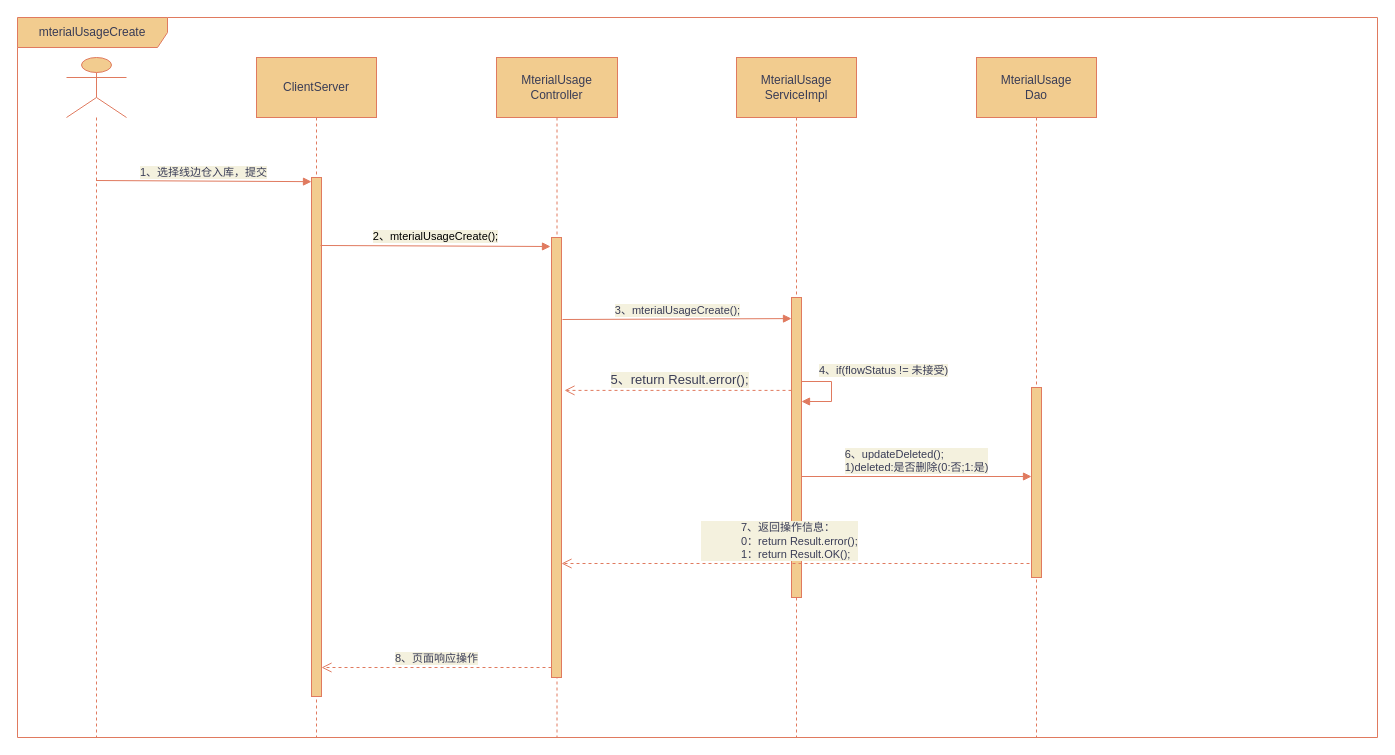
Before: page "线边仓入库" (2 of 3) of 青岛协创.drawio in KNAI-I/test, a draw.io diagram. Source tidied: cells renumbered, new cells numbered last; positions are measured from the earlier drawing's top-left corner, leaving out a move shared by most shapes. Both pictures are drawn from the tidied source at 100%, with x=0, y=0 at pixel (17, 17).
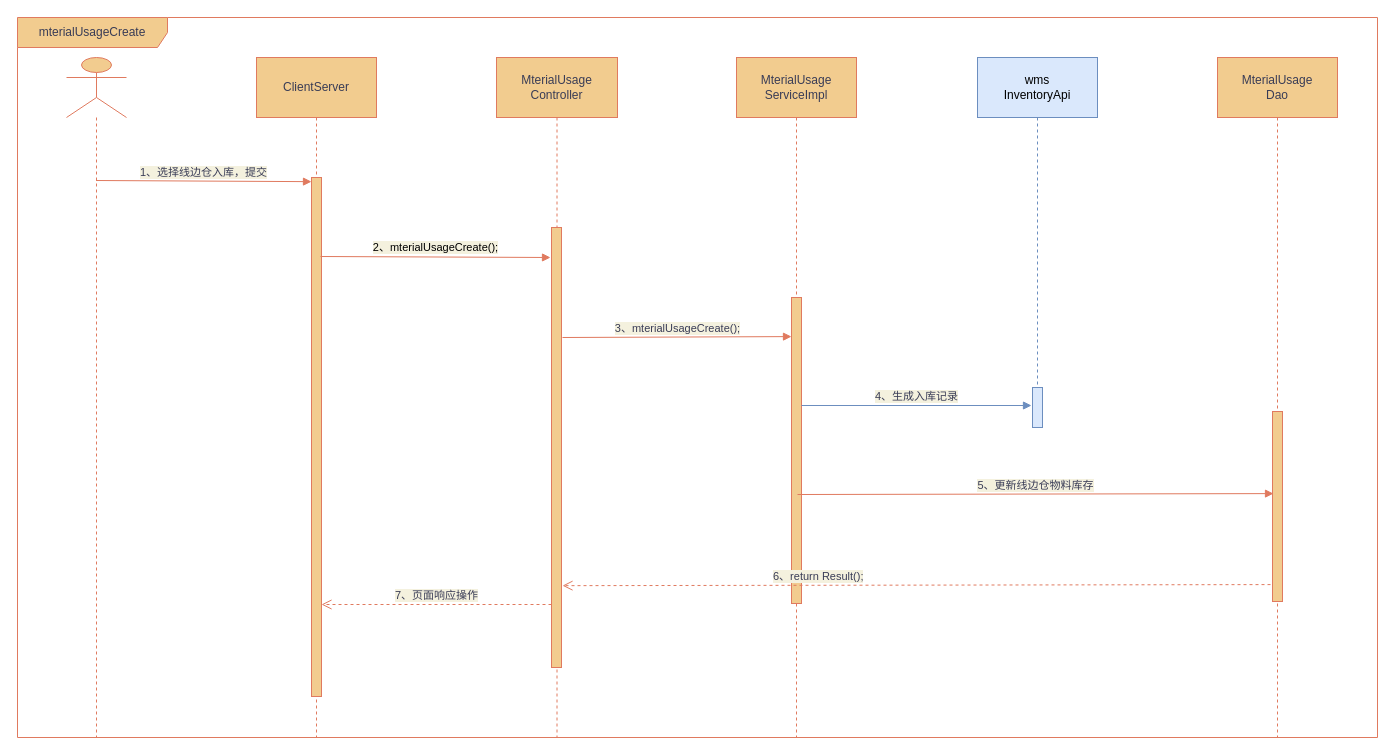
The same page after the edit.

The change refers to these unchanged cells:
```xml
<mxCell id="5" style="html=1;points=[];perimeter=orthogonalPerimeter;fillColor=#F2CC8F;strokeColor=#E07A5F;fontColor=#393C56;" parent="4" vertex="1">
  <mxGeometry x="55" y="120" width="10" height="519" as="geometry" />
</mxCell>
<mxCell id="6" value="MterialUsage&lt;br&gt;ServiceImpl" style="shape=umlLifeline;perimeter=lifelinePerimeter;whiteSpace=wrap;html=1;size=60;fillColor=#F2CC8F;strokeColor=#E07A5F;fontColor=#393C56;" parent="1" vertex="1">
  <mxGeometry x="719" y="40" width="120" height="680" as="geometry" />
</mxCell>
<mxCell id="9" value="MterialUsage&lt;br&gt;Controller" style="shape=umlLifeline;perimeter=lifelinePerimeter;whiteSpace=wrap;html=1;size=60;fillColor=#F2CC8F;strokeColor=#E07A5F;fontColor=#393C56;" parent="1" vertex="1">
  <mxGeometry x="479" y="40" width="121" height="680" as="geometry" />
</mxCell>
```

Change to the diagram source:
```diff
@@
     <mxCell id="7" style="html=1;perimeter=orthogonalPerimeter;fillColor=#F2CC8F;strokeColor=#E07A5F;fontColor=#393C56;" parent="6" vertex="1">
-      <mxGeometry x="55" y="240" width="10" height="300" as="geometry" />
+      <mxGeometry x="55" y="240" width="10" height="306" as="geometry" />
     </mxCell>
-    <mxCell id="8" value="4、if(flowStatus != 未接受)" style="edgeStyle=orthogonalEdgeStyle;html=1;align=left;spacingLeft=2;endArrow=block;rounded=0;entryX=1;entryY=0.111;entryDx=0;entryDy=0;entryPerimeter=0;labelBackgroundColor=#F4F1DE;strokeColor=#E07A5F;fontColor=#393C56;" parent="6" edge="1">
-      <mxGeometry x="-0.62" y="11" relative="1" as="geometry">
-        <mxPoint x="65" y="325" as="sourcePoint" />
-        <mxPoint x="65" y="344" as="targetPoint" />
-        <Array as="points">
-          <mxPoint x="65" y="324" />
-          <mxPoint x="95" y="324" />
-          <mxPoint x="95" y="344" />
-        </Array>
-      </mxGeometry>
-    </mxCell>
@@
     <mxCell id="10" style="html=1;points=[];perimeter=orthogonalPerimeter;fillColor=#F2CC8F;strokeColor=#E07A5F;fontColor=#393C56;" parent="9" vertex="1">
-      <mxGeometry x="55" y="180" width="10" height="440" as="geometry" />
+      <mxGeometry x="55" y="170" width="10" height="440" as="geometry" />
     </mxCell>
@@
-    <mxCell id="12" value="&lt;span style=&quot;color: rgb(0, 0, 0); font-family: Helvetica; font-size: 11px; font-style: normal; font-variant-ligatures: normal; font-variant-caps: normal; font-weight: 400; letter-spacing: normal; orphans: 2; text-align: left; text-indent: 0px; text-transform: none; widows: 2; word-spacing: 0px; -webkit-text-stroke-width: 0px; text-decoration-thickness: initial; text-decoration-style: initial; text-decoration-color: initial; float: none; display: inline !important; background-color: rgb(244, 241, 222);&quot;&gt;2、mterialUsageCreate();&lt;/span&gt;" style="html=1;verticalAlign=bottom;endArrow=block;entryX=0;entryY=0;rounded=0;labelBackgroundColor=#F4F1DE;strokeColor=#E07A5F;fontColor=#393C56;exitX=0.9;exitY=0.131;exitDx=0;exitDy=0;exitPerimeter=0;" parent="1" edge="1" source="5">
+    <mxCell id="12" value="&lt;span style=&quot;color: rgb(0, 0, 0); font-family: Helvetica; font-size: 11px; font-style: normal; font-variant-ligatures: normal; font-variant-caps: normal; font-weight: 400; letter-spacing: normal; orphans: 2; text-align: left; text-indent: 0px; text-transform: none; widows: 2; word-spacing: 0px; -webkit-text-stroke-width: 0px; text-decoration-thickness: initial; text-decoration-style: initial; text-decoration-color: initial; float: none; display: inline !important; background-color: rgb(244, 241, 222);&quot;&gt;2、mterialUsageCreate();&lt;/span&gt;" style="html=1;verticalAlign=bottom;endArrow=block;entryX=0;entryY=0;rounded=0;labelBackgroundColor=#F4F1DE;strokeColor=#E07A5F;fontColor=#393C56;exitX=0.9;exitY=0.131;exitDx=0;exitDy=0;exitPerimeter=0;" parent="1" edge="1">
       <mxGeometry relative="1" as="geometry">
-        <mxPoint x="533" y="229" as="targetPoint" />
+        <mxPoint x="303" y="239" as="sourcePoint" />
+        <mxPoint x="533" y="240" as="targetPoint" />
       </mxGeometry>
     </mxCell>
-    <mxCell id="13" value="&lt;font style=&quot;font-size: 13px;&quot;&gt;5、return Result.error();&lt;/font&gt;" style="html=1;verticalAlign=bottom;endArrow=open;dashed=1;endSize=8;rounded=0;entryX=1.3;entryY=0.47;entryDx=0;entryDy=0;entryPerimeter=0;labelBackgroundColor=#F4F1DE;strokeColor=#E07A5F;fontColor=#393C56;" parent="1" edge="1">
-      <mxGeometry x="-0.01" relative="1" as="geometry">
-        <mxPoint x="774" y="372.9" as="sourcePoint" />
-        <mxPoint x="547" y="372.9" as="targetPoint" />
-      </mxGeometry>
-    </mxCell>
     <mxCell id="14" value="3、mterialUsageCreate();" style="html=1;verticalAlign=bottom;endArrow=block;rounded=0;entryX=0;entryY=0.013;entryDx=0;entryDy=0;entryPerimeter=0;exitX=1.1;exitY=0.293;exitDx=0;exitDy=0;exitPerimeter=0;labelBackgroundColor=#F4F1DE;strokeColor=#E07A5F;fontColor=#393C56;" parent="1" edge="1">
       <mxGeometry relative="1" as="geometry">
-        <mxPoint x="545" y="302" as="sourcePoint" />
-        <mxPoint x="774" y="301.1" as="targetPoint" />
+        <mxPoint x="545" y="320" as="sourcePoint" />
+        <mxPoint x="774" y="319.1" as="targetPoint" />
       </mxGeometry>
     </mxCell>
     <mxCell id="15" value="MterialUsage&lt;br&gt;Dao" style="shape=umlLifeline;perimeter=lifelinePerimeter;whiteSpace=wrap;html=1;size=60;fillColor=#F2CC8F;strokeColor=#E07A5F;fontColor=#393C56;" parent="1" vertex="1">
-      <mxGeometry x="959" y="40" width="120" height="680" as="geometry" />
+      <mxGeometry x="1200" y="40" width="120" height="680" as="geometry" />
     </mxCell>
     <mxCell id="16" style="html=1;points=[];perimeter=orthogonalPerimeter;fillColor=#F2CC8F;strokeColor=#E07A5F;fontColor=#393C56;" parent="15" vertex="1">
-      <mxGeometry x="55" y="330" width="10" height="190" as="geometry" />
+      <mxGeometry x="55" y="354" width="10" height="190" as="geometry" />
     </mxCell>
-    <mxCell id="17" value="&lt;div style=&quot;text-align: left;&quot;&gt;6、updateDeleted();&lt;/div&gt;1)deleted:是否删除(0:否;1:是)" style="html=1;verticalAlign=bottom;endArrow=block;rounded=0;entryX=0;entryY=0;entryDx=0;entryDy=0;entryPerimeter=0;labelBackgroundColor=#F4F1DE;strokeColor=#E07A5F;fontColor=#393C56;" parent="1" edge="1">
+    <mxCell id="17" value="4、生成入库记录&lt;div style=&quot;text-align: left;&quot;&gt;&lt;/div&gt;" style="html=1;verticalAlign=bottom;endArrow=block;rounded=0;entryX=0;entryY=0;entryDx=0;entryDy=0;entryPerimeter=0;labelBackgroundColor=#F4F1DE;strokeColor=#6c8ebf;fontColor=#393C56;fillColor=#dae8fc;" parent="1" edge="1">
       <mxGeometry relative="1" as="geometry">
-        <mxPoint x="784" y="459" as="sourcePoint" />
-        <mxPoint x="1014" y="459" as="targetPoint" />
+        <mxPoint x="784" y="388" as="sourcePoint" />
+        <mxPoint x="1014" y="388" as="targetPoint" />
       </mxGeometry>
     </mxCell>
-    <mxCell id="18" value="&lt;blockquote style=&quot;margin: 0 0 0 40px; border: none; padding: 0px;&quot;&gt;&lt;div style=&quot;&quot;&gt;7、返回操作信息：&lt;/div&gt;0：return Result.error();&lt;br&gt;1：return Result.OK();&lt;/blockquote&gt;" style="html=1;verticalAlign=bottom;endArrow=open;dashed=1;endSize=8;rounded=0;align=left;labelBackgroundColor=#F4F1DE;strokeColor=#E07A5F;fontColor=#393C56;" parent="1" edge="1">
-      <mxGeometry x="0.41" relative="1" as="geometry">
-        <mxPoint x="1012" y="546" as="sourcePoint" />
-        <mxPoint x="544" y="546" as="targetPoint" />
-      </mxGeometry>
+    <mxCell id="18" value="6、return Result();" style="html=1;verticalAlign=bottom;endArrow=open;dashed=1;endSize=8;rounded=0;align=left;labelBackgroundColor=#F4F1DE;strokeColor=#E07A5F;fontColor=#393C56;exitX=-0.2;exitY=0.911;exitDx=0;exitDy=0;exitPerimeter=0;entryX=1.1;entryY=0.814;entryDx=0;entryDy=0;entryPerimeter=0;" parent="1" edge="1" source="16" target="10">
+      <mxGeometry x="0.41" relative="1" as="geometry" />
     </mxCell>
-    <mxCell id="19" value="8、页面响应操作" style="html=1;verticalAlign=bottom;endArrow=open;dashed=1;endSize=8;rounded=0;exitX=0;exitY=0.979;exitDx=0;exitDy=0;exitPerimeter=0;labelBackgroundColor=#F4F1DE;strokeColor=#E07A5F;fontColor=#393C56;" parent="1" edge="1">
+    <mxCell id="19" value="7、页面响应操作" style="html=1;verticalAlign=bottom;endArrow=open;dashed=1;endSize=8;rounded=0;exitX=0;exitY=0.979;exitDx=0;exitDy=0;exitPerimeter=0;labelBackgroundColor=#F4F1DE;strokeColor=#E07A5F;fontColor=#393C56;" parent="1" edge="1">
       <mxGeometry relative="1" as="geometry">
-        <mxPoint x="534" y="650" as="sourcePoint" />
-        <mxPoint x="304" y="650" as="targetPoint" />
+        <mxPoint x="534" y="587" as="sourcePoint" />
+        <mxPoint x="304" y="587" as="targetPoint" />
       </mxGeometry>
     </mxCell>
+    <mxCell id="20" value="wms&lt;br&gt;InventoryApi" style="shape=umlLifeline;perimeter=lifelinePerimeter;whiteSpace=wrap;html=1;size=60;fillColor=#dae8fc;strokeColor=#6c8ebf;" parent="1" vertex="1">
+      <mxGeometry x="960" y="40" width="120" height="360" as="geometry" />
+    </mxCell>
+    <mxCell id="21" style="html=1;perimeter=orthogonalPerimeter;fillColor=#dae8fc;strokeColor=#6c8ebf;" parent="20" vertex="1">
+      <mxGeometry x="55" y="330" width="10" height="40" as="geometry" />
+    </mxCell>
+    <mxCell id="22" value="5、更新线边仓物料库存&lt;div style=&quot;text-align: left;&quot;&gt;&lt;/div&gt;" style="html=1;verticalAlign=bottom;endArrow=block;rounded=0;entryX=0.1;entryY=0.453;entryDx=0;entryDy=0;entryPerimeter=0;labelBackgroundColor=#F4F1DE;strokeColor=#E07A5F;fontColor=#393C56;exitX=0.6;exitY=0.59;exitDx=0;exitDy=0;exitPerimeter=0;" parent="1" edge="1">
+      <mxGeometry relative="1" as="geometry">
+        <mxPoint x="780" y="477" as="sourcePoint" />
+        <mxPoint x="1256" y="476.1" as="targetPoint" />
+      </mxGeometry>
+    </mxCell>
```
